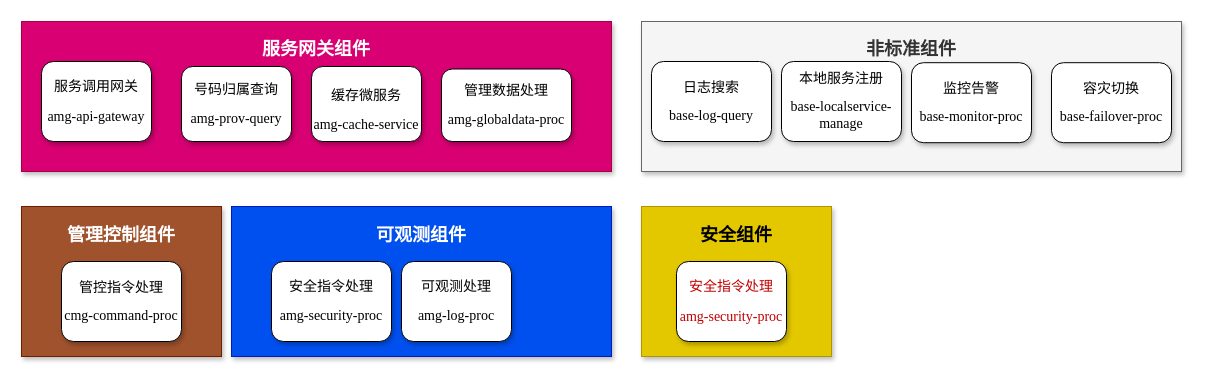
Earlier version of the draw.io diagram page "微服务拆分" (3 of 9) of 智慧中台AMG.drawio (qymmdj/draw-io). Source tidied: cells renumbered, new cells numbered last; positions are measured from the earlier drawing's top-left corner, leaving out a move shared by most shapes. Both pictures are drawn from the tidied source at 100%, with x=0, y=0 at pixel (21, 21).
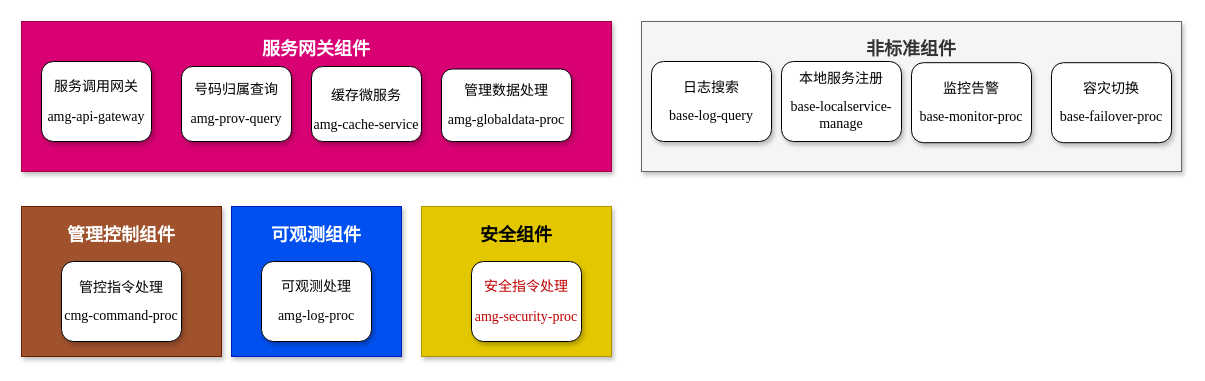
The same page after the edit.

The edit, as a diff of the source:
```diff
@@
 <mxGraphModel>
   <root>
     <mxCell id="0" />
     <mxCell id="1" parent="0" />
     <mxCell id="2" value="&lt;p class=&quot;MsoNormal&quot;&gt;&lt;b&gt;&lt;font face=&quot;Courier New&quot; style=&quot;font-size: 18px&quot;&gt;服务网关组件&lt;/font&gt;&lt;/b&gt;&lt;/p&gt;" style="rounded=0;whiteSpace=wrap;html=1;shadow=1;glass=0;fillColor=#d80073;verticalAlign=top;strokeColor=#A50040;fontColor=#ffffff;" parent="1" vertex="1">
       <mxGeometry width="590" height="150" as="geometry" />
     </mxCell>
     <mxCell id="3" value="&lt;p class=&quot;MsoNormal&quot;&gt;&lt;b&gt;&lt;font style=&quot;font-size: 18px&quot;&gt;管理控制组件&lt;/font&gt;&lt;/b&gt;&lt;/p&gt;" style="rounded=0;whiteSpace=wrap;html=1;shadow=1;glass=0;fillColor=#a0522d;verticalAlign=top;strokeColor=#6D1F00;fontColor=#ffffff;" parent="1" vertex="1">
       <mxGeometry y="185" width="200" height="150" as="geometry" />
     </mxCell>
     <mxCell id="4" value="&lt;p class=&quot;MsoNormal&quot;&gt;&lt;span style=&quot;font-family: &amp;#34;times new roman&amp;#34; ; font-size: 10.5000pt&quot;&gt;&lt;font face=&quot;宋体&quot;&gt;服务调用网关&lt;/font&gt;&lt;/span&gt;&lt;/p&gt;&lt;p class=&quot;MsoNormal&quot;&gt;&lt;span style=&quot;font-size: 10.5000pt&quot;&gt;&lt;font face=&quot;Times New Roman&quot;&gt;amg-api-gateway&lt;/font&gt;&lt;/span&gt;&lt;/p&gt;" style="rounded=1;shadow=1;glass=0;sketch=0;horizontal=1;verticalAlign=middle;whiteSpace=wrap;labelBackgroundColor=none;html=1;" parent="1" vertex="1">
       <mxGeometry x="20" y="40" width="110" height="80" as="geometry" />
     </mxCell>
     <mxCell id="5" value="&lt;p class=&quot;MsoNormal&quot;&gt;&lt;span style=&quot;font-family: &amp;#34;times new roman&amp;#34; ; font-size: 10.5000pt&quot;&gt;&lt;font face=&quot;宋体&quot;&gt;号码归属查询&lt;/font&gt;&lt;/span&gt;&lt;/p&gt;&lt;p class=&quot;MsoNormal&quot;&gt;&lt;span style=&quot;font-family: &amp;#34;times new roman&amp;#34; ; font-size: 10.5000pt&quot;&gt;amg-prov-query&lt;/span&gt;&lt;/p&gt;" style="rounded=1;shadow=1;glass=0;sketch=0;horizontal=1;verticalAlign=middle;whiteSpace=wrap;labelBackgroundColor=none;html=1;" parent="1" vertex="1">
       <mxGeometry x="160" y="45" width="110" height="75" as="geometry" />
     </mxCell>
     <mxCell id="6" value="&lt;p class=&quot;MsoNormal&quot;&gt;&lt;span style=&quot;font-size: 14px&quot;&gt;管理数据处理&lt;/span&gt;&lt;/p&gt;&lt;p class=&quot;MsoNormal&quot;&gt;&lt;span style=&quot;font-size: 10.5000pt&quot;&gt;&lt;font face=&quot;Times New Roman&quot;&gt;amg&lt;/font&gt;&lt;/span&gt;&lt;span style=&quot;font-family: &amp;#34;times new roman&amp;#34; ; font-size: 10.5000pt&quot;&gt;-globaldata-proc&lt;/span&gt;&lt;/p&gt;" style="rounded=1;shadow=1;glass=0;sketch=0;horizontal=1;verticalAlign=middle;whiteSpace=wrap;labelBackgroundColor=none;html=1;" parent="1" vertex="1">
       <mxGeometry x="420" y="47.5" width="130" height="72.5" as="geometry" />
     </mxCell>
     <mxCell id="7" value="&lt;p class=&quot;MsoNormal&quot;&gt;&lt;span style=&quot;font-size: 10.5pt&quot;&gt;管控指令处理&lt;/span&gt;&lt;/p&gt;&lt;p class=&quot;MsoNormal&quot;&gt;&lt;span style=&quot;font-family: &amp;#34;times new roman&amp;#34; ; font-size: 10.5000pt&quot;&gt;cmg-command-proc&lt;/span&gt;&lt;/p&gt;" style="rounded=1;shadow=1;glass=0;sketch=0;horizontal=1;verticalAlign=middle;whiteSpace=wrap;labelBackgroundColor=none;html=1;" parent="1" vertex="1">
       <mxGeometry x="40" y="240" width="120" height="80" as="geometry" />
     </mxCell>
     <mxCell id="8" value="&lt;p class=&quot;MsoNormal&quot;&gt;&lt;font style=&quot;font-size: 18px&quot; face=&quot;Courier New&quot;&gt;&lt;b&gt;非标准组件&lt;/b&gt;&lt;/font&gt;&lt;/p&gt;" style="rounded=0;whiteSpace=wrap;html=1;shadow=1;glass=0;verticalAlign=top;fillColor=#f5f5f5;strokeColor=#666666;fontColor=#333333;" parent="1" vertex="1">
       <mxGeometry x="620" width="540" height="150" as="geometry" />
     </mxCell>
     <mxCell id="9" value="&lt;p class=&quot;MsoNormal&quot;&gt;&lt;span style=&quot;font-size: 10.5pt&quot;&gt;容灾切换&lt;/span&gt;&lt;/p&gt;&lt;p class=&quot;MsoNormal&quot;&gt;&lt;span style=&quot;font-family: &amp;#34;times new roman&amp;#34; ; font-size: 10.5000pt&quot;&gt;base-failover-proc&lt;/span&gt;&lt;/p&gt;" style="rounded=1;shadow=1;glass=0;sketch=0;horizontal=1;verticalAlign=middle;whiteSpace=wrap;labelBackgroundColor=none;html=1;" parent="1" vertex="1">
       <mxGeometry x="1030" y="41.2" width="120" height="80" as="geometry" />
     </mxCell>
     <mxCell id="10" value="&lt;p class=&quot;MsoNormal&quot;&gt;&lt;span style=&quot;font-size: 10.5pt&quot;&gt;本地服务注册&lt;/span&gt;&lt;/p&gt;&lt;p class=&quot;MsoNormal&quot;&gt;&lt;span style=&quot;font-family: &amp;#34;times new roman&amp;#34; ; font-size: 10.5000pt&quot;&gt;base-localservice-manage&lt;/span&gt;&lt;/p&gt;" style="rounded=1;shadow=1;glass=0;sketch=0;horizontal=1;verticalAlign=middle;whiteSpace=wrap;labelBackgroundColor=none;html=1;" parent="1" vertex="1">
       <mxGeometry x="760" y="40" width="120" height="80" as="geometry" />
     </mxCell>
     <mxCell id="11" value="&lt;p class=&quot;MsoNormal&quot;&gt;&lt;span style=&quot;font-size: 10.5pt&quot;&gt;监控告警&lt;/span&gt;&lt;/p&gt;&lt;p class=&quot;MsoNormal&quot;&gt;&lt;span style=&quot;font-family: &amp;#34;times new roman&amp;#34; ; font-size: 10.5000pt&quot;&gt;base-monitor-proc&lt;/span&gt;&lt;/p&gt;" style="rounded=1;shadow=1;glass=0;sketch=0;horizontal=1;verticalAlign=middle;whiteSpace=wrap;labelBackgroundColor=none;html=1;" parent="1" vertex="1">
       <mxGeometry x="890" y="41.2" width="120" height="80" as="geometry" />
     </mxCell>
     <mxCell id="12" value="&lt;p class=&quot;MsoNormal&quot;&gt;&lt;span style=&quot;font-size: 10.5pt&quot;&gt;缓存微服务&lt;/span&gt;&lt;br&gt;&lt;/p&gt;&lt;span style=&quot;font-size: 10.5pt&quot;&gt;&lt;font face=&quot;Times New Roman&quot;&gt;amg-cache&lt;/font&gt;&lt;/span&gt;&lt;span style=&quot;font-family: &amp;#34;times new roman&amp;#34; ; font-size: 10.5pt&quot;&gt;-&lt;/span&gt;&lt;span style=&quot;font-size: 10.5pt&quot;&gt;&lt;font face=&quot;Times New Roman&quot;&gt;service&lt;/font&gt;&lt;/span&gt;" style="rounded=1;shadow=1;glass=0;sketch=0;horizontal=1;verticalAlign=middle;whiteSpace=wrap;labelBackgroundColor=none;html=1;" parent="1" vertex="1">
       <mxGeometry x="290" y="45" width="110" height="75" as="geometry" />
     </mxCell>
     <mxCell id="13" value="&lt;p class=&quot;MsoNormal&quot;&gt;&lt;span style=&quot;font-size: 10.5pt&quot;&gt;日志搜索&lt;/span&gt;&lt;/p&gt;&lt;p class=&quot;MsoNormal&quot;&gt;&lt;span style=&quot;font-family: &amp;#34;times new roman&amp;#34; ; font-size: 10.5000pt&quot;&gt;base-log-query&lt;/span&gt;&lt;/p&gt;" style="rounded=1;shadow=1;glass=0;sketch=0;horizontal=1;verticalAlign=middle;whiteSpace=wrap;labelBackgroundColor=none;html=1;" parent="1" vertex="1">
       <mxGeometry x="630" y="40" width="120" height="80" as="geometry" />
     </mxCell>
     <mxCell id="14" value="&lt;p class=&quot;MsoNormal&quot;&gt;&lt;b&gt;&lt;font style=&quot;font-size: 18px&quot;&gt;可观测组件&lt;/font&gt;&lt;/b&gt;&lt;/p&gt;" style="rounded=0;whiteSpace=wrap;html=1;shadow=1;glass=0;fillColor=#0050ef;verticalAlign=top;strokeColor=#001DBC;fontColor=#ffffff;" parent="1" vertex="1">
-      <mxGeometry x="210" y="185" width="380" height="150" as="geometry" />
+      <mxGeometry x="210" y="185" width="170" height="150" as="geometry" />
     </mxCell>
-    <mxCell id="15" value="&lt;p class=&quot;MsoNormal&quot;&gt;&lt;span style=&quot;font-family: &amp;#34;times new roman&amp;#34; ; font-size: 10.5000pt&quot;&gt;&lt;font face=&quot;宋体&quot;&gt;安全指令处理&lt;/font&gt;&lt;/span&gt;&lt;/p&gt;&lt;p class=&quot;MsoNormal&quot;&gt;&lt;font face=&quot;times new roman&quot;&gt;&lt;span style=&quot;font-size: 14px&quot;&gt;amg-security-proc&lt;/span&gt;&lt;/font&gt;&lt;br&gt;&lt;/p&gt;" style="rounded=1;shadow=1;glass=0;sketch=0;horizontal=1;verticalAlign=middle;whiteSpace=wrap;labelBackgroundColor=none;html=1;" parent="1" vertex="1">
-      <mxGeometry x="250" y="240" width="120" height="80" as="geometry" />
-    </mxCell>
     <mxCell id="16" value="&lt;p class=&quot;MsoNormal&quot;&gt;&lt;span style=&quot;font-size: 10.5pt&quot;&gt;可观测处理&lt;/span&gt;&lt;/p&gt;&lt;p class=&quot;MsoNormal&quot;&gt;&lt;span style=&quot;font-family: &amp;#34;times new roman&amp;#34; ; font-size: 10.5pt&quot;&gt;amg-&lt;/span&gt;&lt;span style=&quot;font-size: 10.5pt&quot;&gt;&lt;font face=&quot;Times New Roman&quot;&gt;log&lt;/font&gt;&lt;/span&gt;&lt;span style=&quot;font-family: &amp;#34;times new roman&amp;#34; ; font-size: 10.5pt&quot;&gt;-&lt;/span&gt;&lt;span style=&quot;font-size: 10.5pt&quot;&gt;&lt;font face=&quot;Times New Roman&quot;&gt;proc&lt;/font&gt;&lt;/span&gt;&lt;br&gt;&lt;/p&gt;" style="rounded=1;shadow=1;glass=0;sketch=0;horizontal=1;verticalAlign=middle;whiteSpace=wrap;labelBackgroundColor=none;html=1;" parent="1" vertex="1">
-      <mxGeometry x="380" y="240" width="110" height="80" as="geometry" />
+      <mxGeometry x="240" y="240" width="110" height="80" as="geometry" />
     </mxCell>
     <mxCell id="17" value="&lt;p class=&quot;MsoNormal&quot;&gt;&lt;b&gt;&lt;font style=&quot;font-size: 18px&quot;&gt;安全组件&lt;/font&gt;&lt;/b&gt;&lt;/p&gt;" style="rounded=0;whiteSpace=wrap;html=1;shadow=1;glass=0;fillColor=#e3c800;verticalAlign=top;strokeColor=#B09500;fontColor=#000000;" parent="1" vertex="1">
-      <mxGeometry x="620" y="185" width="190" height="150" as="geometry" />
+      <mxGeometry x="400" y="185" width="190" height="150" as="geometry" />
     </mxCell>
     <mxCell id="18" value="&lt;p class=&quot;MsoNormal&quot;&gt;&lt;span style=&quot;color: rgb(192 , 0 , 0) ; font-size: 10.5000pt&quot;&gt;安全&lt;/span&gt;&lt;span style=&quot;font-family: &amp;#34;times new roman&amp;#34; ; color: rgb(192 , 0 , 0) ; font-size: 10.5000pt&quot;&gt;&lt;font face=&quot;宋体&quot;&gt;指令处理&lt;/font&gt;&lt;/span&gt;&lt;/p&gt;&lt;p class=&quot;MsoNormal&quot;&gt;&lt;span style=&quot;font-family: &amp;#34;times new roman&amp;#34; ; color: rgb(192 , 0 , 0) ; font-size: 10.5000pt&quot;&gt;amg-&lt;/span&gt;&lt;span style=&quot;color: rgb(192 , 0 , 0) ; font-size: 10.5000pt&quot;&gt;&lt;font face=&quot;Times New Roman&quot;&gt;security&lt;/font&gt;&lt;/span&gt;&lt;span style=&quot;font-family: &amp;#34;times new roman&amp;#34; ; color: rgb(192 , 0 , 0) ; font-size: 10.5000pt&quot;&gt;-proc&lt;/span&gt;&lt;/p&gt;" style="rounded=1;shadow=1;glass=0;sketch=0;horizontal=1;verticalAlign=middle;whiteSpace=wrap;labelBackgroundColor=none;html=1;" parent="1" vertex="1">
-      <mxGeometry x="655" y="240" width="110" height="80" as="geometry" />
+      <mxGeometry x="450" y="240" width="110" height="80" as="geometry" />
     </mxCell>
   </root>
 </mxGraphModel>
```
